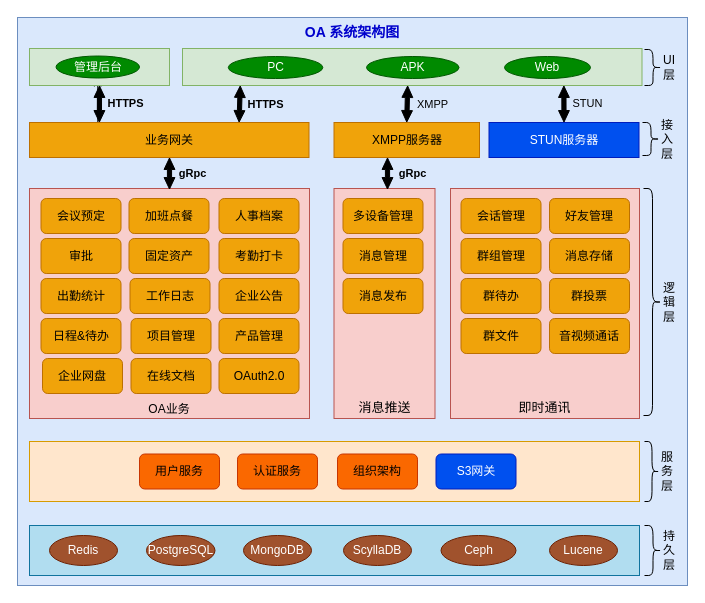
The draw.io diagram page "OA架构图" (3 of 4) of StreamOA架构设计.drawio in zebra-min/my-design, before the edit. Source tidied: cells renumbered, new cells numbered last; positions are measured from the earlier drawing's top-left corner, leaving out a move shared by most shapes. Both pictures are drawn from the tidied source at 100%, with x=0, y=0 at pixel (17, 17).
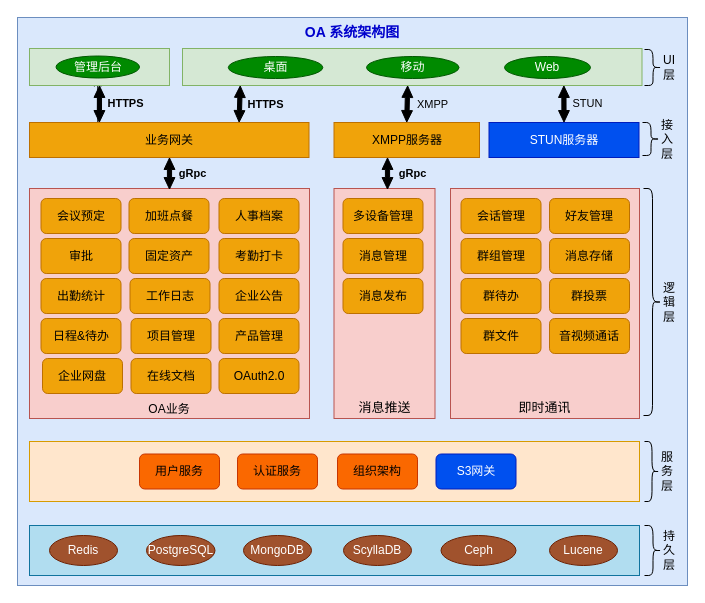
The same page after the edit.

Diff of the diagram source:
```diff
@@
-    <mxCell id="4" value="APK" style="ellipse;whiteSpace=wrap;html=1;fillColor=#008a00;strokeColor=#005700;fontColor=#ffffff;" parent="1" vertex="1">
+    <mxCell id="4" value="移动" style="ellipse;whiteSpace=wrap;html=1;fillColor=#008a00;strokeColor=#005700;fontColor=#ffffff;" parent="1" vertex="1">
       <mxGeometry x="349" y="39" width="92.5" height="22" as="geometry" />
     </mxCell>
@@
-    <mxCell id="10" value="PC" style="ellipse;whiteSpace=wrap;html=1;fillColor=#008a00;strokeColor=#005700;fontColor=#ffffff;" parent="1" vertex="1">
+    <mxCell id="10" value="桌面" style="ellipse;whiteSpace=wrap;html=1;fillColor=#008a00;strokeColor=#005700;fontColor=#ffffff;" parent="1" vertex="1">
       <mxGeometry x="210.8" y="39" width="94.5" height="22" as="geometry" />
     </mxCell>
```
